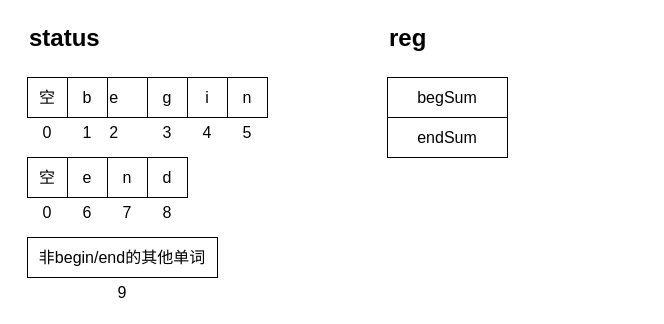
Above: CO_P1_BlockChecker.drawio in tsai-shiyuan/drawioPic (draw.io), before the change. Source tidied: cells renumbered, new cells numbered last; positions are measured from the earlier drawing's top-left corner, leaving out a move shared by most shapes. Both pictures are drawn from the tidied source at 100%, with x=0, y=0 at pixel (17, 17).
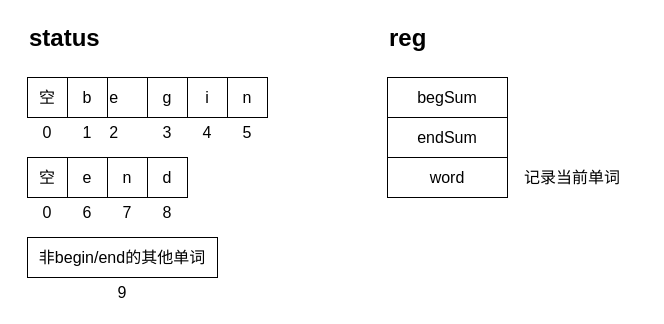
After the change.

The edit, as a diff of the source:
```diff
@@
+    <mxCell id="28" value="word" style="rounded=0;whiteSpace=wrap;html=1;fontSize=16;" parent="1" vertex="1">
+      <mxGeometry x="370" y="140" width="120" height="40" as="geometry" />
+    </mxCell>
+    <mxCell id="29" value="记录当前单词" style="text;html=1;align=center;verticalAlign=middle;whiteSpace=wrap;rounded=0;fontSize=16;" parent="1" vertex="1">
+      <mxGeometry x="480" y="145" width="150" height="30" as="geometry" />
+    </mxCell>
```
